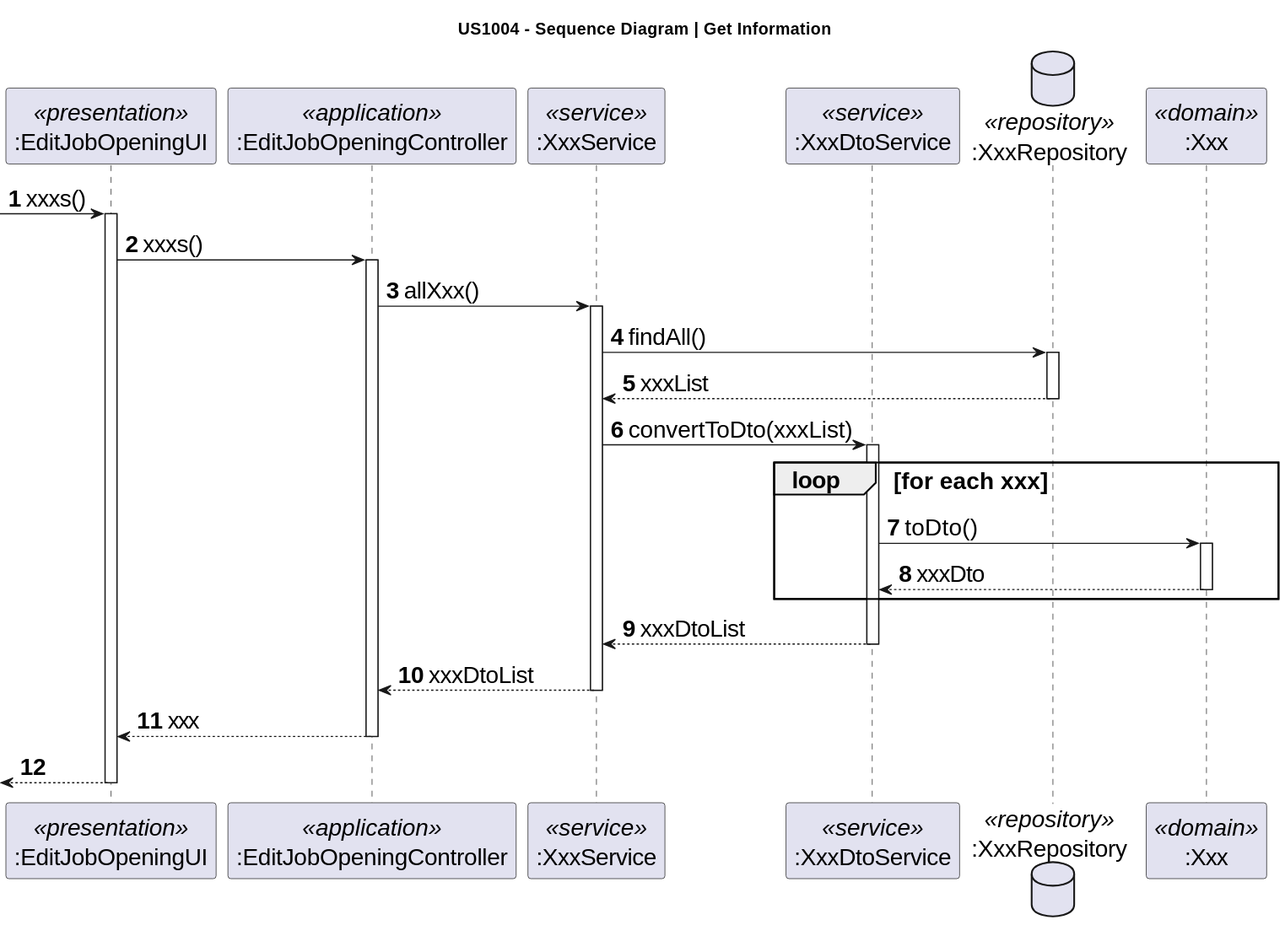
rita-barbosa/LAPR4-2324 keeps this PlantUML diagram as docs/sprint-c/us_1004/design-diagrams/sequence-diagram-get-information.svg. Above is the earlier version. Source of this version:
```plantuml
@startuml
skinparamlocked defaultFontSize 20

title US1004 - Sequence Diagram | Get Information

autonumber


participant ":EditJobOpeningUI" as UI <<presentation>>
participant ":EditJobOpeningController" as CTRL <<application>>
participant ":XxxService" as MS <<service>>
participant ":XxxDtoService" as MS_DTO <<service>>
database ":XxxRepository" as JO_REPO <<repository>>
participant ":Xxx" as JO <<domain>>

-> UI : xxxs()
activate UI

UI -> CTRL: xxxs()
activate CTRL

    CTRL -> MS: allXxx()
    activate MS

    MS -> JO_REPO: findAll()
    activate JO_REPO

    JO_REPO --> MS: xxxList
    deactivate JO_REPO

    MS -> MS_DTO: convertToDto(xxxList)
    activate MS_DTO

    loop for each xxx

        MS_DTO -> JO : toDto()
        activate JO

        JO --> MS_DTO : xxxDto
        deactivate JO

    end loop

    MS_DTO --> MS: xxxDtoList
    deactivate MS_DTO

    MS --> CTRL: xxxDtoList
    deactivate MS

CTRL --> UI: xxx
deactivate CTRL

<-- UI
deactivate UI
@enduml
```
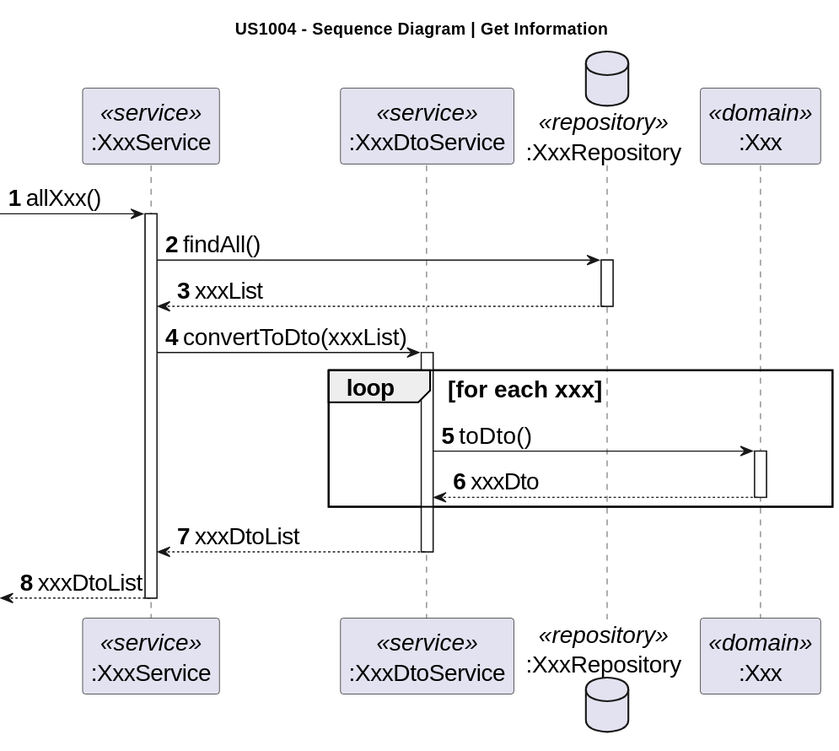
After the change.

Commit message:
docs: updates sequence and class diagram to correct mistake in design. [closes #254]

What changed in the source:
```diff
@@ -4,22 +4,13 @@
 title US1004 - Sequence Diagram | Get Information
 
 autonumber
-
-
-participant ":EditJobOpeningUI" as UI <<presentation>>
-participant ":EditJobOpeningController" as CTRL <<application>>
 participant ":XxxService" as MS <<service>>
 participant ":XxxDtoService" as MS_DTO <<service>>
 database ":XxxRepository" as JO_REPO <<repository>>
 participant ":Xxx" as JO <<domain>>
 
--> UI : xxxs()
-activate UI
 
-UI -> CTRL: xxxs()
-activate CTRL
-
-    CTRL -> MS: allXxx()
+  -> MS: allXxx()
     activate MS
 
     MS -> JO_REPO: findAll()
@@ -44,12 +35,6 @@
     MS_DTO --> MS: xxxDtoList
     deactivate MS_DTO
 
-    MS --> CTRL: xxxDtoList
+     <-- MS: xxxDtoList
     deactivate MS
-
-CTRL --> UI: xxx
-deactivate CTRL
-
-<-- UI
-deactivate UI
 @enduml
```
